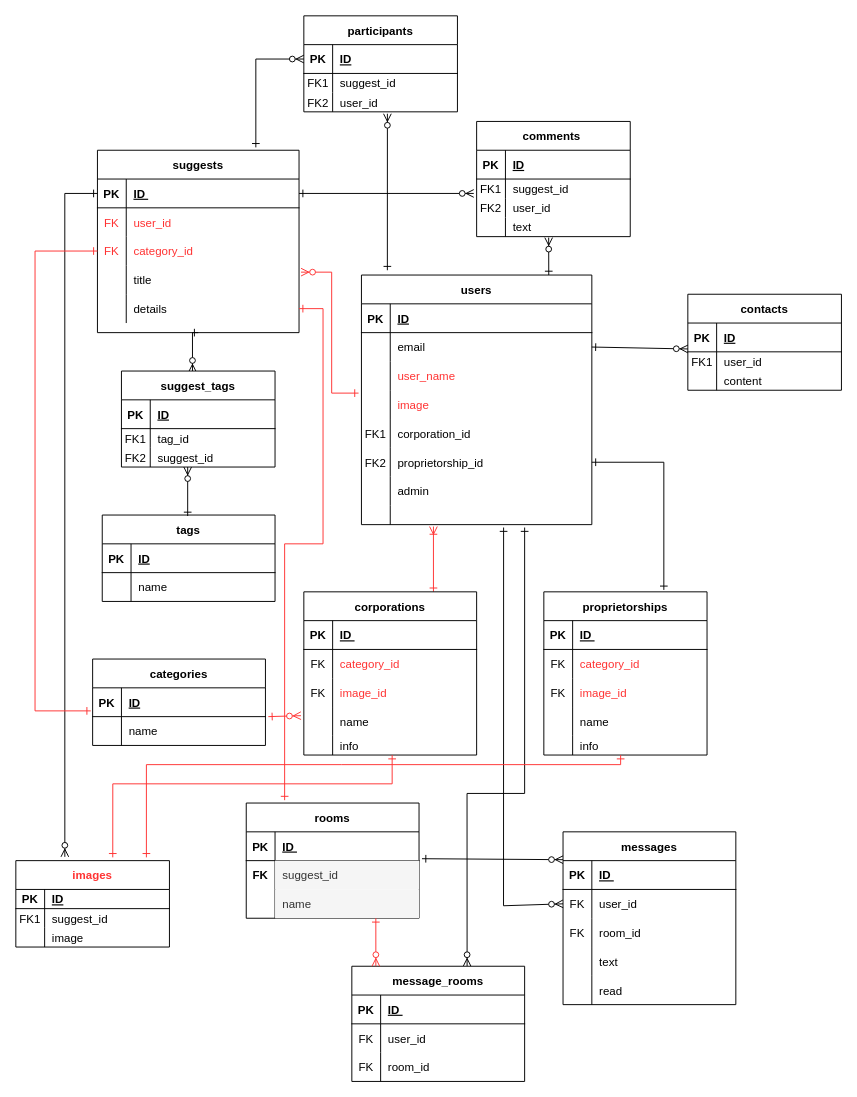
Before: page "ページ3" (2 of 3) of Untitled Diagram.drawio in Sec-il-n/dic_guraduate_parts, a draw.io diagram. Source tidied: cells renumbered, new cells numbered last; positions are measured from the earlier drawing's top-left corner, leaving out a move shared by most shapes. Both pictures are drawn from the tidied source at 96%, with x=0, y=0 at pixel (15, 15).
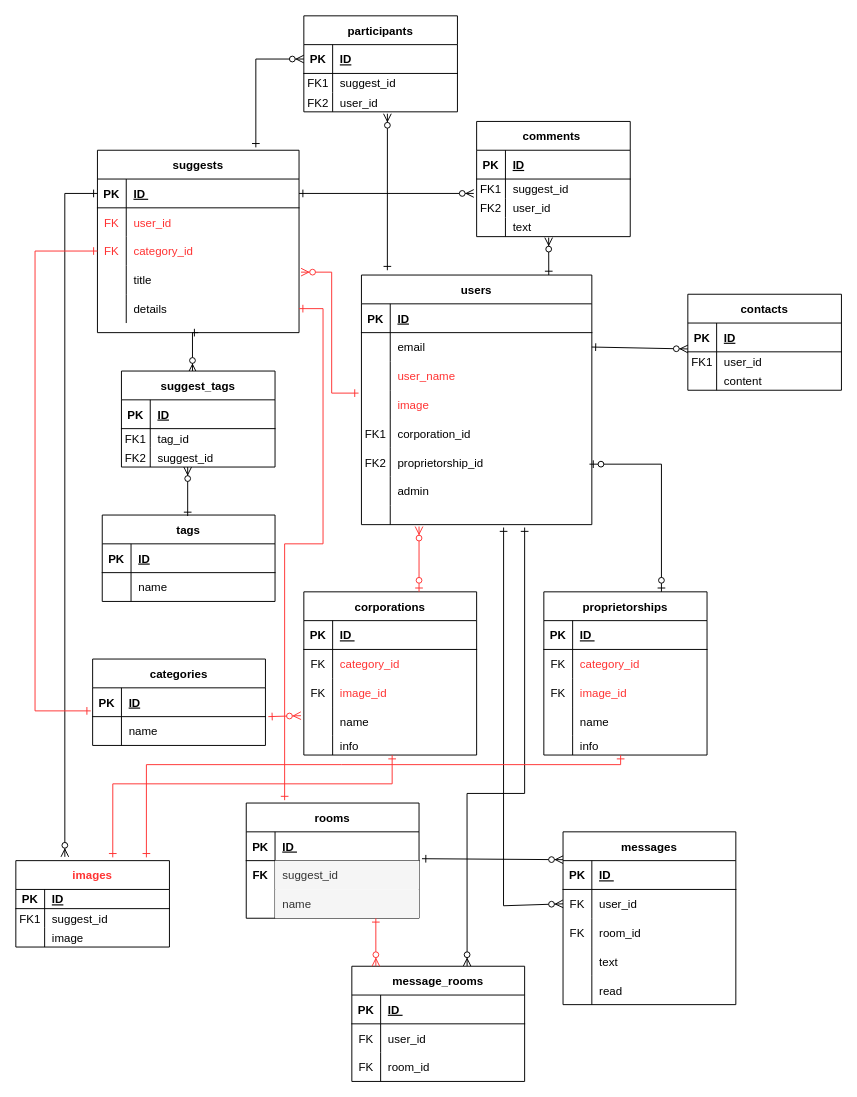
The same page after the edit.

The change refers to these unchanged cells:
```xml
<mxCell id="25" style="shape=partialRectangle;fillColor=none;points=[[0,0.5],[1,0.5]];portConstraint=eastwest;top=0;left=0;right=0;bottom=0;" parent="9" vertex="1">
  <mxGeometry y="180" width="240" height="30" as="geometry" />
</mxCell>
<mxCell id="62" value="corporations" style="shape=table;startSize=30;childLayout=tableLayout;rowLines=0;fontStyle=1;align=center;" parent="1" vertex="1">
  <mxGeometry x="300" y="600" width="180" height="170" as="geometry" />
</mxCell>
```

What changed in the source:
```diff
@@
-    <mxCell id="61" style="edgeStyle=none;rounded=0;jettySize=auto;html=1;exitX=0.75;exitY=0;exitDx=0;exitDy=0;startArrow=ERone;startFill=0;endArrow=ERoneToMany;endFill=0;strokeColor=#FF3333;" parent="1" edge="1" source="62">
-      <mxGeometry relative="1" as="geometry">
-        <mxPoint x="435" y="532" as="targetPoint" />
-      </mxGeometry>
-    </mxCell>
@@
-    <mxCell id="78" style="edgeStyle=none;rounded=0;jettySize=auto;html=1;entryX=1;entryY=0.5;entryDx=0;entryDy=0;startArrow=ERone;startFill=0;endArrow=ERone;endFill=0;" parent="1" edge="1" target="25">
-      <mxGeometry relative="1" as="geometry">
-        <mxPoint x="675" y="598" as="sourcePoint" />
-        <Array as="points">
-          <mxPoint x="675" y="465" />
-        </Array>
-      </mxGeometry>
-    </mxCell>
@@
+    <mxCell id="199" style="edgeStyle=none;rounded=0;orthogonalLoop=1;jettySize=auto;html=1;exitX=0.75;exitY=0;exitDx=0;exitDy=0;startArrow=ERzeroToOne;startFill=1;endArrow=ERzeroToMany;endFill=1;strokeColor=#FF3333;" parent="1" edge="1">
+      <mxGeometry relative="1" as="geometry">
+        <mxPoint x="420" y="600" as="sourcePoint" />
+        <mxPoint x="420" y="532" as="targetPoint" />
+      </mxGeometry>
+    </mxCell>
+    <mxCell id="200" style="edgeStyle=none;rounded=0;orthogonalLoop=1;jettySize=auto;html=1;entryX=1;entryY=0.5;entryDx=0;entryDy=0;startArrow=ERzeroToOne;startFill=1;endArrow=ERzeroToOne;endFill=1;" parent="1" edge="1">
+      <mxGeometry relative="1" as="geometry">
+        <mxPoint x="672.5" y="600" as="sourcePoint" />
+        <mxPoint x="597.5" y="467" as="targetPoint" />
+        <Array as="points">
+          <mxPoint x="672.5" y="467" />
+        </Array>
+      </mxGeometry>
+    </mxCell>
```
